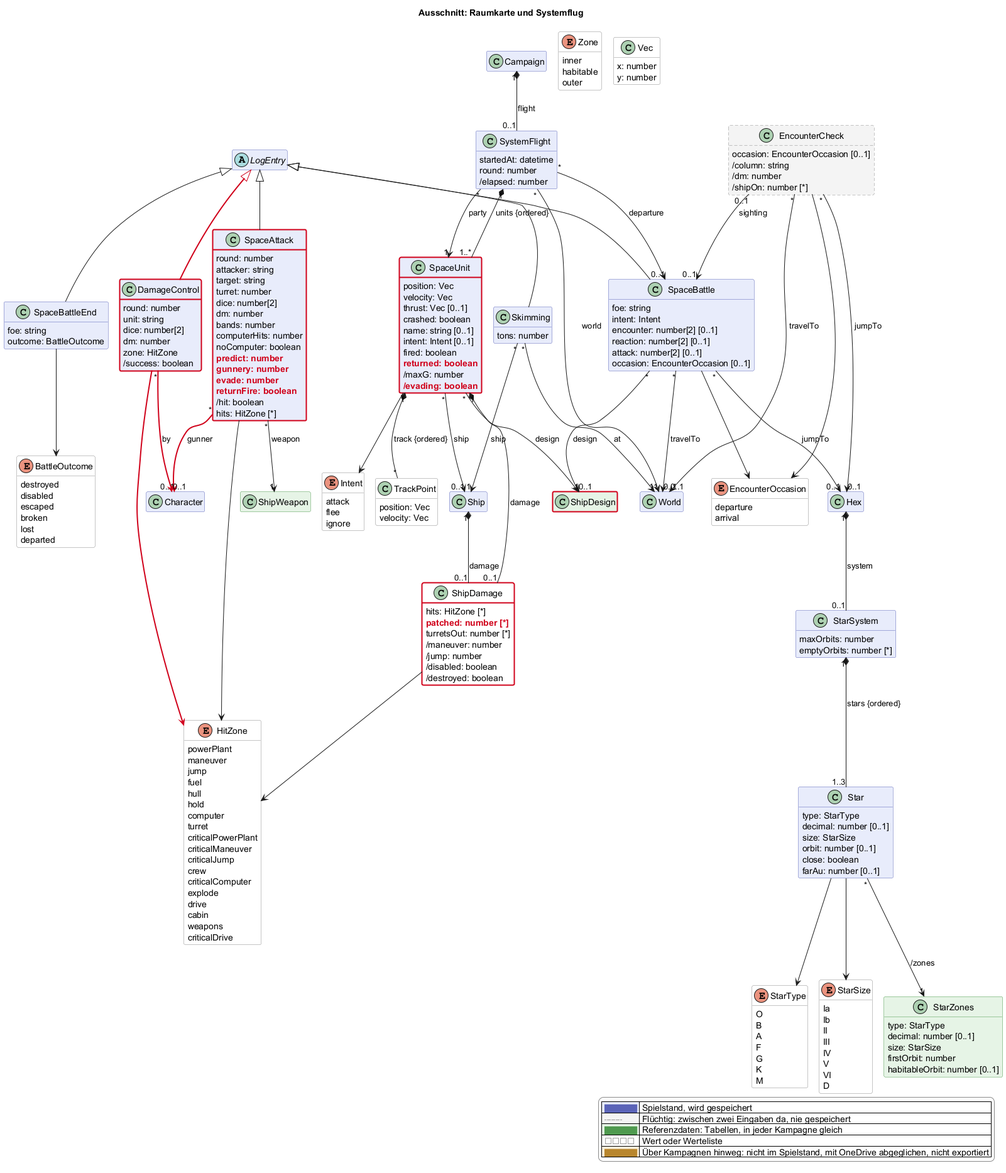
Above: docs/views/raum.png in scuzzar/SRE (PlantUML), before the change.
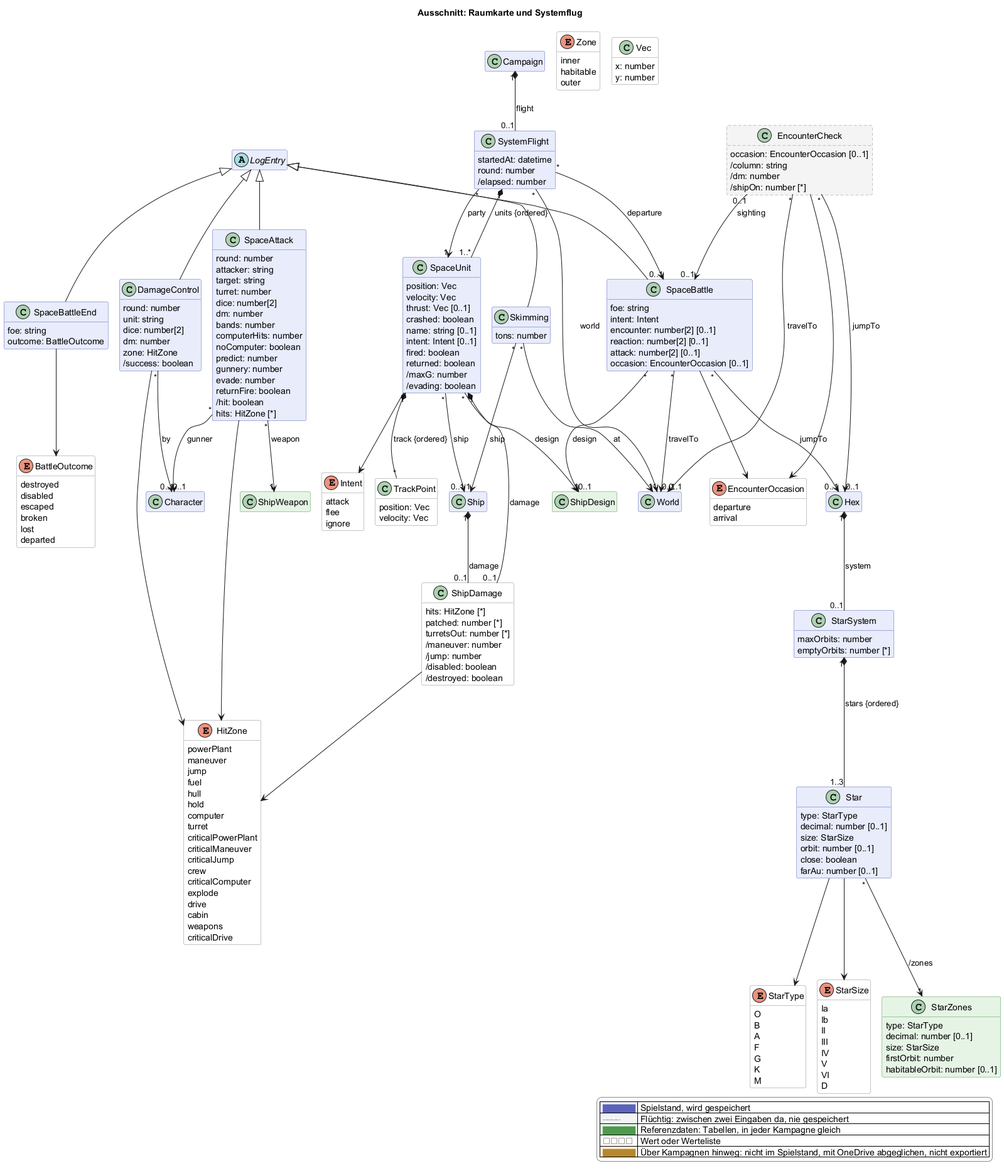
After the commit.

Change to the diagram source:
```diff
@@ -129,7 +129,7 @@
   }
   class ShipDamage <<value>> $raum {
     hits: HitZone [*]
-    $new("2026-11-22d", "patched: number [*]")
+    patched: number [*]
     turretsOut: number [*]
     /maneuver: number
     /jump: number
@@ -189,10 +189,10 @@
     bands: number
     computerHits: number
     noComputer: boolean
-    $new("2026-11-22d", "predict: number")
-    $new("2026-11-22d", "gunnery: number")
-    $new("2026-11-22d", "evade: number")
-    $new("2026-11-22d", "returnFire: boolean")
+    predict: number
+    gunnery: number
+    evade: number
+    returnFire: boolean
     /hit: boolean
     hits: HitZone [*]
   }
@@ -216,11 +216,11 @@
     name: string [0..1]
     intent: Intent [0..1]
     fired: boolean
-    $new("2026-11-22d", "returned: boolean")
+    returned: boolean
     /maxG: number
-    $new("2026-11-22d", "/evading: boolean")
+    /evading: boolean
   }
-  class DamageControl $raum $newClass("2026-11-22d") {
+  class DamageControl $raum {
     round: number
     unit: string
     dice: number[2]
@@ -263,10 +263,10 @@
 LogEntry <|-- SpaceBattleEnd
 SpaceBattle "*" --> "1" ShipDesign : design
 SpaceAttack "*" --> "1" ShipWeapon : weapon
-SpaceAttack "*" -$newArrow("2026-11-22d")-> "0..1" Character : gunner
-LogEntry <|-$newArrow("2026-11-22d")- DamageControl
-DamageControl -$newArrow("2026-11-22d")-> HitZone
-DamageControl "*" -$newArrow("2026-11-22d")-> "0..1" Character : by
+SpaceAttack "*" --> "0..1" Character : gunner
+LogEntry <|-- DamageControl
+DamageControl --> HitZone
+DamageControl "*" --> "0..1" Character : by
 SpaceAttack --> HitZone
 SpaceBattleEnd --> BattleOutcome
 SpaceBattle --> EncounterOccasion
@@ -307,8 +307,4 @@
   |<#ffffff> <color:#8a8a8a>□□□□</color> | Wert oder Werteliste |
   |<#fdf1dc> <color:#b8862e>████</color> | Über Kampagnen hinweg: nicht im Spielstand, mit OneDrive abgeglichen, nicht exportiert |
 endlegend
-class ShipDesign #line:d0021b;line.bold
-class ShipDamage #line:d0021b;line.bold
-class SpaceAttack #line:d0021b;line.bold
-class SpaceUnit #line:d0021b;line.bold
 @enduml
```
